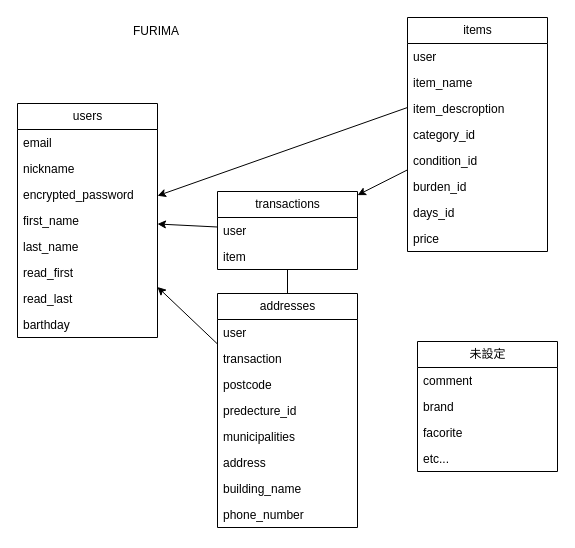
Before: .dio in AG0811/furima-40739, a draw.io diagram. Source tidied: cells renumbered, new cells numbered last; positions are measured from the earlier drawing's top-left corner, leaving out a move shared by most shapes. Both pictures are drawn from the tidied source at 100%, with x=0, y=0 at pixel (17, 17).
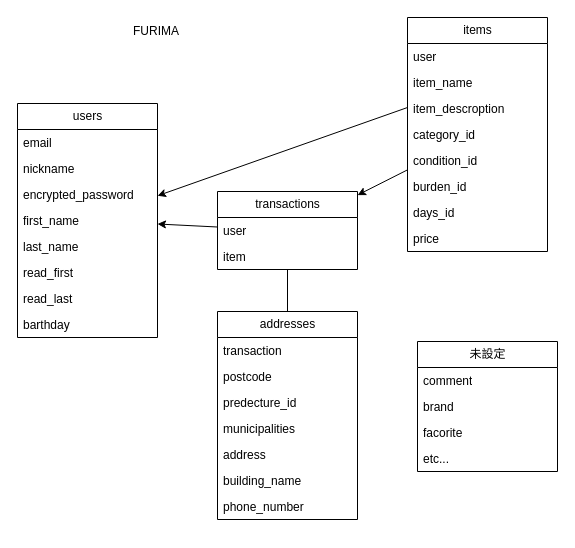
The same page after the edit.

Unchanged cells that the change refers to:
```xml
<mxCell id="2" value="users" style="swimlane;fontStyle=0;horizontal=1;startSize=26;fillColor=none;html=1;" parent="1" vertex="1">
  <mxGeometry y="86" width="140" height="234" as="geometry" />
</mxCell>
<mxCell id="31" value="transactions" style="swimlane;fontStyle=0;horizontal=1;startSize=26;fillColor=none;html=1;" parent="1" vertex="1">
  <mxGeometry x="200" y="174" width="140" height="78" as="geometry" />
</mxCell>
```

Change to the diagram source:
```diff
@@
     <mxCell id="22" value="addresses" style="swimlane;fontStyle=0;horizontal=1;startSize=26;fillColor=none;html=1;" parent="1" vertex="1">
-      <mxGeometry x="200" y="276" width="140" height="234" as="geometry" />
+      <mxGeometry x="200" y="294" width="140" height="208" as="geometry" />
     </mxCell>
-    <mxCell id="23" value="user" style="text;strokeColor=none;fillColor=none;align=left;verticalAlign=top;spacingLeft=4;spacingRight=4;overflow=hidden;whiteSpace=wrap;html=1;" parent="22" vertex="1">
-      <mxGeometry y="26" width="140" height="26" as="geometry" />
-    </mxCell>
     <mxCell id="24" value="transaction" style="text;strokeColor=none;fillColor=none;align=left;verticalAlign=top;spacingLeft=4;spacingRight=4;overflow=hidden;whiteSpace=wrap;html=1;" parent="22" vertex="1">
-      <mxGeometry y="52" width="140" height="26" as="geometry" />
+      <mxGeometry y="26" width="140" height="26" as="geometry" />
     </mxCell>
     <mxCell id="25" value="postcode" style="text;strokeColor=none;fillColor=none;align=left;verticalAlign=top;spacingLeft=4;spacingRight=4;overflow=hidden;whiteSpace=wrap;html=1;" parent="22" vertex="1">
-      <mxGeometry y="78" width="140" height="26" as="geometry" />
+      <mxGeometry y="52" width="140" height="26" as="geometry" />
     </mxCell>
     <mxCell id="26" value="predecture_id" style="text;strokeColor=none;fillColor=none;align=left;verticalAlign=top;spacingLeft=4;spacingRight=4;overflow=hidden;whiteSpace=wrap;html=1;" parent="22" vertex="1">
-      <mxGeometry y="104" width="140" height="26" as="geometry" />
+      <mxGeometry y="78" width="140" height="26" as="geometry" />
     </mxCell>
     <mxCell id="27" value="municipalities" style="text;strokeColor=none;fillColor=none;align=left;verticalAlign=top;spacingLeft=4;spacingRight=4;overflow=hidden;whiteSpace=wrap;html=1;" parent="22" vertex="1">
-      <mxGeometry y="130" width="140" height="26" as="geometry" />
+      <mxGeometry y="104" width="140" height="26" as="geometry" />
     </mxCell>
     <mxCell id="28" value="address" style="text;strokeColor=none;fillColor=none;align=left;verticalAlign=top;spacingLeft=4;spacingRight=4;overflow=hidden;whiteSpace=wrap;html=1;" parent="22" vertex="1">
-      <mxGeometry y="156" width="140" height="26" as="geometry" />
+      <mxGeometry y="130" width="140" height="26" as="geometry" />
     </mxCell>
     <mxCell id="29" value="building_name&lt;span style=&quot;white-space: pre;&quot;&gt;&#9;&lt;/span&gt;" style="text;strokeColor=none;fillColor=none;align=left;verticalAlign=top;spacingLeft=4;spacingRight=4;overflow=hidden;whiteSpace=wrap;html=1;" parent="22" vertex="1">
-      <mxGeometry y="182" width="140" height="26" as="geometry" />
+      <mxGeometry y="156" width="140" height="26" as="geometry" />
     </mxCell>
     <mxCell id="30" value="phone_number" style="text;strokeColor=none;fillColor=none;align=left;verticalAlign=top;spacingLeft=4;spacingRight=4;overflow=hidden;whiteSpace=wrap;html=1;" parent="22" vertex="1">
-      <mxGeometry y="208" width="140" height="26" as="geometry" />
+      <mxGeometry y="182" width="140" height="26" as="geometry" />
     </mxCell>
@@
-    <mxCell id="41" style="endArrow=none;html=1;" parent="1" edge="1" source="22" target="31">
-      <mxGeometry relative="1" as="geometry" />
+    <mxCell id="41" style="endArrow=none;html=1;" parent="1" edge="1" source="22">
+      <mxGeometry relative="1" as="geometry">
+        <mxPoint x="270" y="252" as="targetPoint" />
+      </mxGeometry>
     </mxCell>
-    <mxCell id="42" style="endArrow=classic;html=1;" parent="1" edge="1" source="22" target="2">
-      <mxGeometry relative="1" as="geometry" />
-    </mxCell>
```
